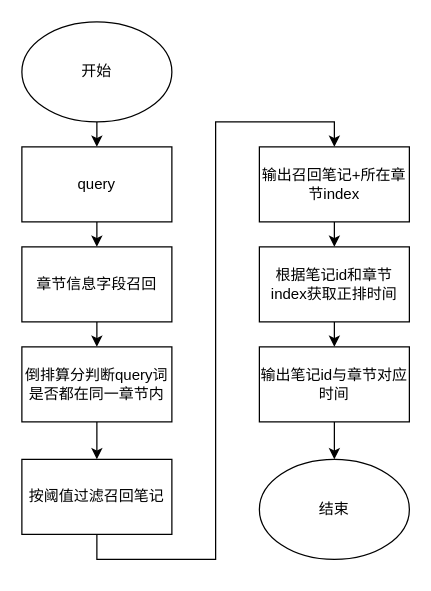
The draw.io diagram video_chapter_recall.drawio in luoshao23/digram, before the edit. Source tidied: cells renumbered, new cells numbered last; positions are measured from the earlier drawing's top-left corner, leaving out a move shared by most shapes. Both pictures are drawn from the tidied source at 125%, with x=0, y=0 at pixel (21, 21).
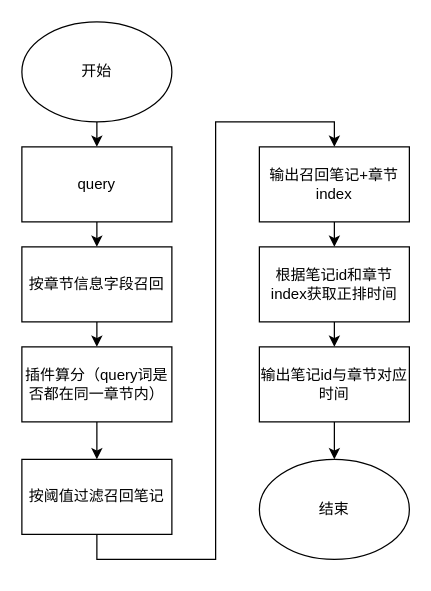
The same diagram, later.

Change to the diagram source:
```diff
@@
 <mxGraphModel>
   <root>
     <mxCell id="0" />
     <mxCell id="1" parent="0" />
     <mxCell id="2" style="edgeStyle=orthogonalEdgeStyle;rounded=0;jettySize=auto;html=1;exitX=0.5;exitY=1;exitDx=0;exitDy=0;entryX=0.5;entryY=0;entryDx=0;entryDy=0;" parent="1" edge="1" source="3" target="9">
       <mxGeometry relative="1" as="geometry" />
     </mxCell>
     <mxCell id="3" value="开始" style="ellipse;whiteSpace=wrap;html=1;" parent="1" vertex="1">
       <mxGeometry width="120" height="80" as="geometry" />
     </mxCell>
     <mxCell id="4" style="edgeStyle=orthogonalEdgeStyle;rounded=0;jettySize=auto;html=1;exitX=0.5;exitY=1;exitDx=0;exitDy=0;entryX=0.5;entryY=0;entryDx=0;entryDy=0;" parent="1" edge="1" source="5" target="7">
       <mxGeometry relative="1" as="geometry" />
     </mxCell>
-    <mxCell id="5" value="章节信息字段召回" style="rounded=0;whiteSpace=wrap;html=1;" parent="1" vertex="1">
+    <mxCell id="5" value="按章节信息字段召回" style="rounded=0;whiteSpace=wrap;html=1;" parent="1" vertex="1">
       <mxGeometry y="180" width="120" height="60" as="geometry" />
     </mxCell>
     <mxCell id="6" style="edgeStyle=orthogonalEdgeStyle;rounded=0;jettySize=auto;html=1;exitX=0.5;exitY=1;exitDx=0;exitDy=0;entryX=0.5;entryY=0;entryDx=0;entryDy=0;" parent="1" edge="1" source="7" target="11">
       <mxGeometry relative="1" as="geometry" />
     </mxCell>
-    <mxCell id="7" value="倒排算分判断query词是否都在同一章节内" style="rounded=0;whiteSpace=wrap;html=1;" parent="1" vertex="1">
+    <mxCell id="7" value="插件算分（query词是否都在同一章节内）" style="rounded=0;whiteSpace=wrap;html=1;" parent="1" vertex="1">
       <mxGeometry y="260" width="120" height="60" as="geometry" />
     </mxCell>
     <mxCell id="8" style="edgeStyle=orthogonalEdgeStyle;rounded=0;jettySize=auto;html=1;exitX=0.5;exitY=1;exitDx=0;exitDy=0;entryX=0.5;entryY=0;entryDx=0;entryDy=0;" parent="1" edge="1" source="9" target="5">
       <mxGeometry relative="1" as="geometry" />
     </mxCell>
     <mxCell id="9" value="query" style="rounded=0;whiteSpace=wrap;html=1;" parent="1" vertex="1">
       <mxGeometry y="100" width="120" height="60" as="geometry" />
     </mxCell>
     <mxCell id="10" style="edgeStyle=orthogonalEdgeStyle;rounded=0;jettySize=auto;html=1;exitX=0.5;exitY=1;exitDx=0;exitDy=0;entryX=0.5;entryY=0;entryDx=0;entryDy=0;" parent="1" edge="1" source="11" target="13">
       <mxGeometry relative="1" as="geometry" />
     </mxCell>
     <mxCell id="11" value="按阈值过滤召回笔记" style="rounded=0;whiteSpace=wrap;html=1;" parent="1" vertex="1">
       <mxGeometry y="350" width="120" height="60" as="geometry" />
     </mxCell>
     <mxCell id="12" style="edgeStyle=orthogonalEdgeStyle;rounded=0;jettySize=auto;html=1;exitX=0.5;exitY=1;exitDx=0;exitDy=0;entryX=0.5;entryY=0;entryDx=0;entryDy=0;" parent="1" edge="1" source="13" target="15">
       <mxGeometry relative="1" as="geometry" />
     </mxCell>
-    <mxCell id="13" value="输出召回笔记+所在章节index" style="rounded=0;whiteSpace=wrap;html=1;" parent="1" vertex="1">
+    <mxCell id="13" value="输出召回笔记+章节index" style="rounded=0;whiteSpace=wrap;html=1;" parent="1" vertex="1">
       <mxGeometry x="190" y="100" width="120" height="60" as="geometry" />
     </mxCell>
     <mxCell id="14" style="edgeStyle=orthogonalEdgeStyle;rounded=0;jettySize=auto;html=1;exitX=0.5;exitY=1;exitDx=0;exitDy=0;entryX=0.5;entryY=0;entryDx=0;entryDy=0;" parent="1" edge="1" source="15" target="17">
       <mxGeometry relative="1" as="geometry" />
     </mxCell>
     <mxCell id="15" value="根据笔记id和章节index获取正排时间" style="rounded=0;whiteSpace=wrap;html=1;" parent="1" vertex="1">
       <mxGeometry x="190" y="180" width="120" height="60" as="geometry" />
     </mxCell>
     <mxCell id="16" style="edgeStyle=orthogonalEdgeStyle;rounded=0;jettySize=auto;html=1;exitX=0.5;exitY=1;exitDx=0;exitDy=0;entryX=0.5;entryY=0;entryDx=0;entryDy=0;" parent="1" edge="1" source="17" target="18">
       <mxGeometry relative="1" as="geometry" />
     </mxCell>
     <mxCell id="17" value="输出笔记id与章节对应时间" style="rounded=0;whiteSpace=wrap;html=1;" parent="1" vertex="1">
       <mxGeometry x="190" y="260" width="120" height="60" as="geometry" />
     </mxCell>
     <mxCell id="18" value="结束" style="ellipse;whiteSpace=wrap;html=1;" parent="1" vertex="1">
       <mxGeometry x="190" y="350" width="120" height="80" as="geometry" />
     </mxCell>
   </root>
 </mxGraphModel>
```
